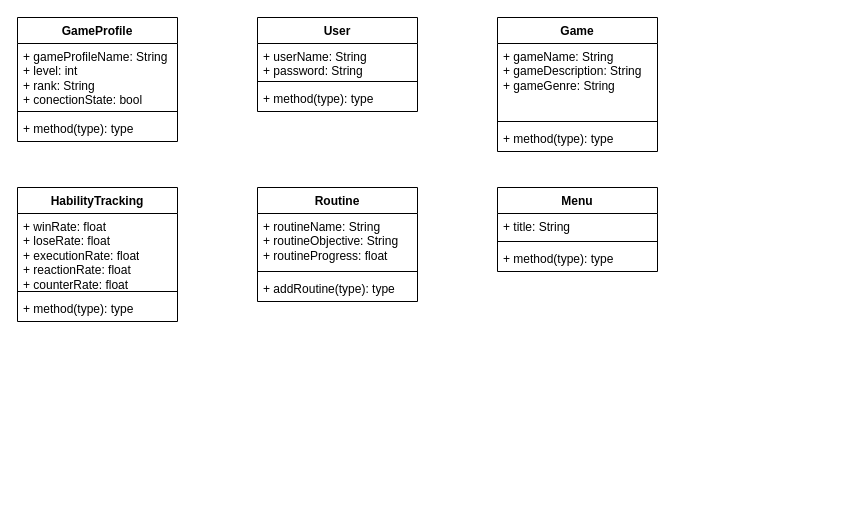
Before: FGC.drawio in 20970594/FGC-Fighting_Game_Coach, a draw.io diagram. Source tidied: cells renumbered, new cells numbered last; positions are measured from the earlier drawing's top-left corner, leaving out a move shared by most shapes. Both pictures are drawn from the tidied source at 100%, with x=0, y=0 at pixel (17, 17).
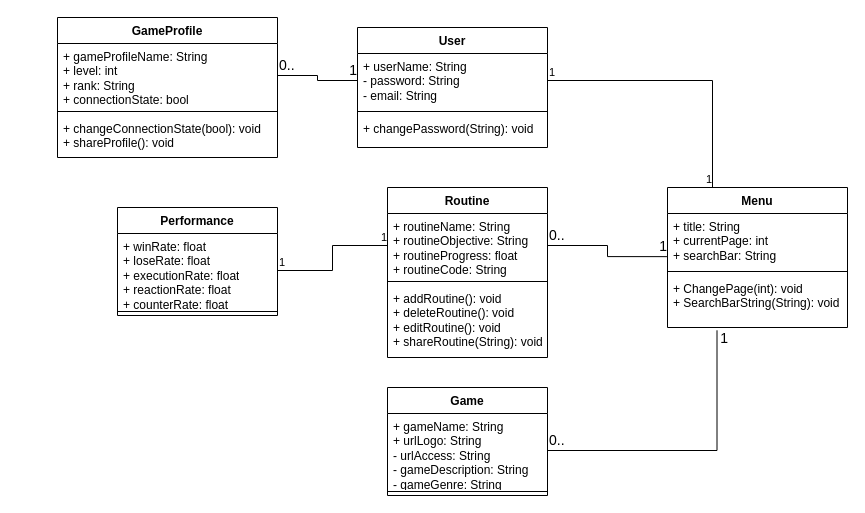
After the change.

Unchanged cells that the change refers to:
```xml
<mxCell id="19" value="+ winRate: float&lt;div&gt;+ loseRate: float&lt;br&gt;&lt;div&gt;+ executionRate: float&lt;div&gt;+ reactionRate: float&lt;/div&gt;&lt;/div&gt;&lt;/div&gt;&lt;div&gt;+ counterRate: float&lt;/div&gt;" style="text;strokeColor=none;fillColor=none;align=left;verticalAlign=top;spacingLeft=4;spacingRight=4;overflow=hidden;points=[[0,0.5],[1,0.5]];portConstraint=eastwest;whiteSpace=wrap;html=1;" parent="18" vertex="1">
  <mxGeometry y="26" width="160" height="74" as="geometry" />
</mxCell>
```

The edit, as a diff of the source:
```diff
@@
     <mxCell id="2" value="User" style="swimlane;fontStyle=1;align=center;verticalAlign=top;horizontal=1;startSize=26;whiteSpace=wrap;html=1;" parent="1" vertex="1">
-      <mxGeometry x="240" width="160" height="94" as="geometry" />
+      <mxGeometry x="340" y="10" width="190" height="120" as="geometry" />
     </mxCell>
-    <mxCell id="3" value="+ userName: String&lt;div&gt;+ password: String&lt;/div&gt;" style="text;strokeColor=none;fillColor=none;align=left;verticalAlign=top;spacingLeft=4;spacingRight=4;overflow=hidden;points=[[0,0.5],[1,0.5]];portConstraint=eastwest;whiteSpace=wrap;html=1;" parent="2" vertex="1">
-      <mxGeometry y="26" width="160" height="34" as="geometry" />
+    <mxCell id="3" value="+ userName: String&lt;div&gt;- password: String&lt;/div&gt;&lt;div&gt;- email: String&lt;/div&gt;" style="text;strokeColor=none;fillColor=none;align=left;verticalAlign=top;spacingLeft=4;spacingRight=4;overflow=hidden;points=[[0,0.5],[1,0.5]];portConstraint=eastwest;whiteSpace=wrap;html=1;" parent="2" vertex="1">
+      <mxGeometry y="26" width="190" height="54" as="geometry" />
     </mxCell>
     <mxCell id="4" style="line;strokeWidth=1;fillColor=none;align=left;verticalAlign=middle;spacingTop=-1;spacingLeft=3;spacingRight=3;labelPosition=right;strokeColor=inherit;" parent="2" vertex="1">
-      <mxGeometry y="60" width="160" height="8" as="geometry" />
+      <mxGeometry y="80" width="190" height="8" as="geometry" />
     </mxCell>
-    <mxCell id="5" value="+ method(type): type" style="text;strokeColor=none;fillColor=none;align=left;verticalAlign=top;spacingLeft=4;spacingRight=4;overflow=hidden;whiteSpace=wrap;html=1;" parent="2" vertex="1">
-      <mxGeometry y="68" width="160" height="26" as="geometry" />
+    <mxCell id="5" value="+ changePassword(String): void" style="text;strokeColor=none;fillColor=none;align=left;verticalAlign=top;spacingLeft=4;spacingRight=4;overflow=hidden;whiteSpace=wrap;html=1;" parent="2" vertex="1">
+      <mxGeometry y="88" width="190" height="32" as="geometry" />
     </mxCell>
     <mxCell id="6" value="Routine" style="swimlane;fontStyle=1;align=center;verticalAlign=top;horizontal=1;startSize=26;whiteSpace=wrap;html=1;" parent="1" vertex="1">
-      <mxGeometry x="240" y="170" width="160" height="114" as="geometry" />
+      <mxGeometry x="370" y="170" width="160" height="170" as="geometry" />
     </mxCell>
-    <mxCell id="7" value="+ routineName: String&lt;div&gt;+ routineObjective: String&lt;/div&gt;&lt;div&gt;+ routineProgress: float&lt;/div&gt;" style="text;strokeColor=none;fillColor=none;align=left;verticalAlign=top;spacingLeft=4;spacingRight=4;overflow=hidden;points=[[0,0.5],[1,0.5]];portConstraint=eastwest;whiteSpace=wrap;html=1;" parent="6" vertex="1">
-      <mxGeometry y="26" width="160" height="54" as="geometry" />
+    <mxCell id="7" value="+ routineName: String&lt;div&gt;+ routineObjective: String&lt;/div&gt;&lt;div&gt;+ routineProgress: float&lt;/div&gt;&lt;div&gt;+ routineCode: String&lt;/div&gt;" style="text;strokeColor=none;fillColor=none;align=left;verticalAlign=top;spacingLeft=4;spacingRight=4;overflow=hidden;points=[[0,0.5],[1,0.5]];portConstraint=eastwest;whiteSpace=wrap;html=1;" parent="6" vertex="1">
+      <mxGeometry y="26" width="160" height="64" as="geometry" />
     </mxCell>
     <mxCell id="8" style="line;strokeWidth=1;fillColor=none;align=left;verticalAlign=middle;spacingTop=-1;spacingLeft=3;spacingRight=3;labelPosition=right;strokeColor=inherit;" parent="6" vertex="1">
-      <mxGeometry y="80" width="160" height="8" as="geometry" />
+      <mxGeometry y="90" width="160" height="8" as="geometry" />
     </mxCell>
-    <mxCell id="9" value="+ addRoutine(type): type" style="text;strokeColor=none;fillColor=none;align=left;verticalAlign=top;spacingLeft=4;spacingRight=4;overflow=hidden;whiteSpace=wrap;html=1;" parent="6" vertex="1">
-      <mxGeometry y="88" width="160" height="26" as="geometry" />
+    <mxCell id="9" value="+ addRoutine(): void&lt;div&gt;+ deleteRoutine(): void&lt;/div&gt;&lt;div&gt;+ editRoutine(): void&lt;/div&gt;&lt;div&gt;+ shareRoutine(String): void&lt;/div&gt;" style="text;strokeColor=none;fillColor=none;align=left;verticalAlign=top;spacingLeft=4;spacingRight=4;overflow=hidden;whiteSpace=wrap;html=1;" parent="6" vertex="1">
+      <mxGeometry y="98" width="160" height="72" as="geometry" />
     </mxCell>
     <mxCell id="10" value="Game" style="swimlane;fontStyle=1;align=center;verticalAlign=top;horizontal=1;startSize=26;whiteSpace=wrap;html=1;" parent="1" vertex="1">
-      <mxGeometry x="480" width="160" height="134" as="geometry" />
+      <mxGeometry x="370" y="370" width="160" height="108" as="geometry" />
     </mxCell>
-    <mxCell id="11" value="+ gameName: String&lt;div&gt;+ gameDescription: String&lt;/div&gt;&lt;div&gt;+ gameGenre: String&lt;/div&gt;" style="text;strokeColor=none;fillColor=none;align=left;verticalAlign=top;spacingLeft=4;spacingRight=4;overflow=hidden;points=[[0,0.5],[1,0.5]];portConstraint=eastwest;whiteSpace=wrap;html=1;" parent="10" vertex="1">
+    <mxCell id="11" value="+ gameName: String&lt;div&gt;+ urlLogo: String&lt;/div&gt;&lt;div&gt;- urlAccess: String&lt;/div&gt;&lt;div&gt;&lt;div&gt;- gameDescription: String&lt;/div&gt;&lt;div&gt;- gameGenre: String&lt;/div&gt;&lt;/div&gt;" style="text;strokeColor=none;fillColor=none;align=left;verticalAlign=top;spacingLeft=4;spacingRight=4;overflow=hidden;points=[[0,0.5],[1,0.5]];portConstraint=eastwest;whiteSpace=wrap;html=1;" parent="10" vertex="1">
       <mxGeometry y="26" width="160" height="74" as="geometry" />
     </mxCell>
@@
-    <mxCell id="13" value="+ method(type): type" style="text;strokeColor=none;fillColor=none;align=left;verticalAlign=top;spacingLeft=4;spacingRight=4;overflow=hidden;whiteSpace=wrap;html=1;" parent="10" vertex="1">
-      <mxGeometry y="108" width="160" height="26" as="geometry" />
-    </mxCell>
     <mxCell id="14" value="GameProfile" style="swimlane;fontStyle=1;align=center;verticalAlign=top;horizontal=1;startSize=26;whiteSpace=wrap;html=1;" parent="1" vertex="1">
-      <mxGeometry width="160" height="124" as="geometry" />
+      <mxGeometry x="40" width="220" height="140" as="geometry" />
     </mxCell>
-    <mxCell id="15" value="+ gameProfileName: String&lt;div&gt;+ level: int&lt;/div&gt;&lt;div&gt;+ rank: String&lt;br&gt;&lt;div&gt;+ conectionState: bool&lt;/div&gt;&lt;/div&gt;" style="text;strokeColor=none;fillColor=none;align=left;verticalAlign=top;spacingLeft=4;spacingRight=4;overflow=hidden;points=[[0,0.5],[1,0.5]];portConstraint=eastwest;whiteSpace=wrap;html=1;" parent="14" vertex="1">
-      <mxGeometry y="26" width="160" height="64" as="geometry" />
+    <mxCell id="15" value="+ gameProfileName: String&lt;div&gt;+ level: int&lt;/div&gt;&lt;div&gt;+ rank: String&lt;br&gt;&lt;div&gt;+ connectionState: bool&lt;/div&gt;&lt;/div&gt;" style="text;strokeColor=none;fillColor=none;align=left;verticalAlign=top;spacingLeft=4;spacingRight=4;overflow=hidden;points=[[0,0.5],[1,0.5]];portConstraint=eastwest;whiteSpace=wrap;html=1;" parent="14" vertex="1">
+      <mxGeometry y="26" width="220" height="64" as="geometry" />
     </mxCell>
     <mxCell id="16" style="line;strokeWidth=1;fillColor=none;align=left;verticalAlign=middle;spacingTop=-1;spacingLeft=3;spacingRight=3;labelPosition=right;strokeColor=inherit;" parent="14" vertex="1">
-      <mxGeometry y="90" width="160" height="8" as="geometry" />
+      <mxGeometry y="90" width="220" height="8" as="geometry" />
     </mxCell>
-    <mxCell id="17" value="+ method(type): type" style="text;strokeColor=none;fillColor=none;align=left;verticalAlign=top;spacingLeft=4;spacingRight=4;overflow=hidden;whiteSpace=wrap;html=1;" parent="14" vertex="1">
-      <mxGeometry y="98" width="160" height="26" as="geometry" />
+    <mxCell id="17" value="+ changeConnectionState(bool): void&lt;div&gt;+ shareProfile(): void&amp;nbsp;&lt;/div&gt;" style="text;strokeColor=none;fillColor=none;align=left;verticalAlign=top;spacingLeft=4;spacingRight=4;overflow=hidden;whiteSpace=wrap;html=1;" parent="14" vertex="1">
+      <mxGeometry y="98" width="220" height="42" as="geometry" />
     </mxCell>
-    <mxCell id="18" value="HabilityTracking" style="swimlane;fontStyle=1;align=center;verticalAlign=top;horizontal=1;startSize=26;whiteSpace=wrap;html=1;" parent="1" vertex="1">
-      <mxGeometry y="170" width="160" height="134" as="geometry" />
+    <mxCell id="18" value="Performance" style="swimlane;fontStyle=1;align=center;verticalAlign=top;horizontal=1;startSize=26;whiteSpace=wrap;html=1;" parent="1" vertex="1">
+      <mxGeometry x="100" y="190" width="160" height="108" as="geometry" />
     </mxCell>
@@
-    <mxCell id="21" value="+ method(type): type" style="text;strokeColor=none;fillColor=none;align=left;verticalAlign=top;spacingLeft=4;spacingRight=4;overflow=hidden;whiteSpace=wrap;html=1;" parent="18" vertex="1">
-      <mxGeometry y="108" width="160" height="26" as="geometry" />
-    </mxCell>
     <mxCell id="22" value="Menu" style="swimlane;fontStyle=1;align=center;verticalAlign=top;horizontal=1;startSize=26;whiteSpace=wrap;html=1;" parent="1" vertex="1">
-      <mxGeometry x="480" y="170" width="160" height="84" as="geometry" />
+      <mxGeometry x="650" y="170" width="180" height="140" as="geometry" />
     </mxCell>
-    <mxCell id="23" value="+ title: String" style="text;strokeColor=none;fillColor=none;align=left;verticalAlign=top;spacingLeft=4;spacingRight=4;overflow=hidden;points=[[0,0.5],[1,0.5]];portConstraint=eastwest;whiteSpace=wrap;html=1;" parent="22" vertex="1">
-      <mxGeometry y="26" width="160" height="24" as="geometry" />
+    <mxCell id="23" value="+ title: String&lt;div&gt;+ currentPage: int&lt;/div&gt;&lt;div&gt;+ searchBar: String&lt;/div&gt;" style="text;strokeColor=none;fillColor=none;align=left;verticalAlign=top;spacingLeft=4;spacingRight=4;overflow=hidden;points=[[0,0.5],[1,0.5]];portConstraint=eastwest;whiteSpace=wrap;html=1;" parent="22" vertex="1">
+      <mxGeometry y="26" width="180" height="54" as="geometry" />
     </mxCell>
     <mxCell id="24" style="line;strokeWidth=1;fillColor=none;align=left;verticalAlign=middle;spacingTop=-1;spacingLeft=3;spacingRight=3;labelPosition=right;strokeColor=inherit;" parent="22" vertex="1">
-      <mxGeometry y="50" width="160" height="8" as="geometry" />
+      <mxGeometry y="80" width="180" height="8" as="geometry" />
     </mxCell>
-    <mxCell id="25" value="+ method(type): type" style="text;strokeColor=none;fillColor=none;align=left;verticalAlign=top;spacingLeft=4;spacingRight=4;overflow=hidden;points=[[0,0.5],[1,0.5]];portConstraint=eastwest;whiteSpace=wrap;html=1;" parent="22" vertex="1">
-      <mxGeometry y="58" width="160" height="26" as="geometry" />
+    <mxCell id="25" value="+ ChangePage(int): void&lt;div&gt;+ SearchBarString(String): void&lt;/div&gt;" style="text;strokeColor=none;fillColor=none;align=left;verticalAlign=top;spacingLeft=4;spacingRight=4;overflow=hidden;points=[[0,0.5],[1,0.5]];portConstraint=eastwest;whiteSpace=wrap;html=1;" parent="22" vertex="1">
+      <mxGeometry y="88" width="180" height="52" as="geometry" />
     </mxCell>
+    <mxCell id="26" style="endArrow=none;html=1;edgeStyle=orthogonalEdgeStyle;rounded=0;exitX=1;exitY=0.5;exitDx=0;exitDy=0;entryX=0;entryY=0.5;entryDx=0;entryDy=0;" parent="1" edge="1" source="15" target="3">
+      <mxGeometry relative="1" as="geometry" />
+    </mxCell>
+    <mxCell id="27" value="&lt;font style=&quot;font-size: 14px;&quot;&gt;0..&lt;/font&gt;" style="edgeLabel;html=1;align=left;verticalAlign=bottom;" parent="26" vertex="1">
+      <mxGeometry x="-1" relative="1" as="geometry" />
+    </mxCell>
+    <mxCell id="28" value="&lt;font style=&quot;font-size: 14px;&quot;&gt;1&lt;/font&gt;" style="edgeLabel;html=1;align=right;verticalAlign=bottom;" parent="26" vertex="1">
+      <mxGeometry x="1" relative="1" as="geometry" />
+    </mxCell>
+    <mxCell id="29" style="endArrow=none;html=1;edgeStyle=orthogonalEdgeStyle;rounded=0;exitX=1;exitY=0.5;exitDx=0;exitDy=0;entryX=0;entryY=0.5;entryDx=0;entryDy=0;" parent="1" edge="1" source="19" target="7">
+      <mxGeometry relative="1" as="geometry" />
+    </mxCell>
+    <mxCell id="30" value="1" style="edgeLabel;html=1;align=left;verticalAlign=bottom;" parent="29" vertex="1">
+      <mxGeometry x="-1" relative="1" as="geometry" />
+    </mxCell>
+    <mxCell id="31" value="1" style="edgeLabel;html=1;align=right;verticalAlign=bottom;" parent="29" vertex="1">
+      <mxGeometry x="1" relative="1" as="geometry" />
+    </mxCell>
+    <mxCell id="32" style="endArrow=none;html=1;edgeStyle=orthogonalEdgeStyle;rounded=0;exitX=1;exitY=0.5;exitDx=0;exitDy=0;entryX=0.25;entryY=0;entryDx=0;entryDy=0;" parent="1" edge="1" source="3" target="22">
+      <mxGeometry relative="1" as="geometry" />
+    </mxCell>
+    <mxCell id="33" value="1" style="edgeLabel;html=1;align=left;verticalAlign=bottom;" parent="32" vertex="1">
+      <mxGeometry x="-1" relative="1" as="geometry" />
+    </mxCell>
+    <mxCell id="34" value="1" style="edgeLabel;html=1;align=right;verticalAlign=bottom;" parent="32" vertex="1">
+      <mxGeometry x="1" relative="1" as="geometry" />
+    </mxCell>
+    <mxCell id="35" style="endArrow=none;html=1;edgeStyle=orthogonalEdgeStyle;rounded=0;exitX=1;exitY=0.5;exitDx=0;exitDy=0;entryX=0.275;entryY=1.054;entryDx=0;entryDy=0;entryPerimeter=0;" parent="1" edge="1" source="11" target="25">
+      <mxGeometry relative="1" as="geometry">
+        <Array as="points">
+          <mxPoint x="700" y="433" />
+        </Array>
+      </mxGeometry>
+    </mxCell>
+    <mxCell id="36" value="&lt;span style=&quot;font-size: 14px;&quot;&gt;0..&lt;/span&gt;" style="edgeLabel;html=1;align=left;verticalAlign=bottom;" parent="35" vertex="1">
+      <mxGeometry x="-1" relative="1" as="geometry" />
+    </mxCell>
+    <mxCell id="37" value="&lt;span style=&quot;font-size: 14px;&quot;&gt;1&lt;/span&gt;" style="edgeLabel;html=1;align=right;verticalAlign=bottom;" parent="35" vertex="1">
+      <mxGeometry x="1" relative="1" as="geometry">
+        <mxPoint x="11" y="18" as="offset" />
+      </mxGeometry>
+    </mxCell>
+    <mxCell id="38" style="endArrow=none;html=1;edgeStyle=orthogonalEdgeStyle;rounded=0;exitX=1;exitY=0.5;exitDx=0;exitDy=0;entryX=-0.003;entryY=0.799;entryDx=0;entryDy=0;entryPerimeter=0;" parent="1" edge="1" source="7" target="23">
+      <mxGeometry relative="1" as="geometry" />
+    </mxCell>
+    <mxCell id="39" value="&lt;span style=&quot;font-size: 14px;&quot;&gt;0..&lt;/span&gt;" style="edgeLabel;html=1;align=left;verticalAlign=bottom;" parent="38" vertex="1">
+      <mxGeometry x="-1" relative="1" as="geometry" />
+    </mxCell>
+    <mxCell id="40" value="&lt;span style=&quot;font-size: 14px;&quot;&gt;1&lt;/span&gt;" style="edgeLabel;html=1;align=right;verticalAlign=bottom;" parent="38" vertex="1">
+      <mxGeometry x="1" relative="1" as="geometry" />
+    </mxCell>
```
